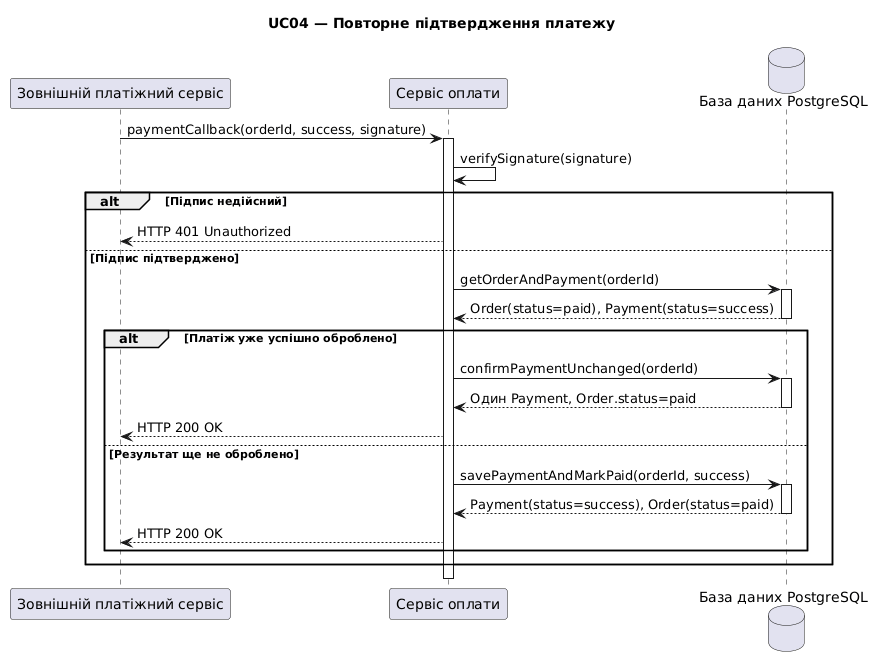
This is lab-3/sequence-04.png from fiodm/-ER-, a PlantUML export, as it was before one commit. Its diagram source:
```plantuml
@startuml
title UC04 — Повторне підтвердження платежу

participant "Зовнішній платіжний сервіс" as Gateway
participant "Сервіс оплати" as PaymentService
database "База даних PostgreSQL" as DB

Gateway -> PaymentService: paymentCallback(orderId, success, signature)
activate PaymentService

PaymentService -> PaymentService: verifySignature(signature)

alt Підпис недійсний
    PaymentService --> Gateway: HTTP 401 Unauthorized
else Підпис підтверджено
    PaymentService -> DB: getOrderAndPayment(orderId)
    activate DB
    DB --> PaymentService: Order(status=paid), Payment(status=success)
    deactivate DB

    alt Платіж уже успішно оброблено
        PaymentService -> DB: confirmPaymentUnchanged(orderId)
        activate DB
        DB --> PaymentService: Один Payment, Order.status=paid
        deactivate DB

        PaymentService --> Gateway: HTTP 200 OK
    else Результат ще не оброблено
        PaymentService -> DB: savePaymentAndMarkPaid(orderId, success)
        activate DB
        DB --> PaymentService: Payment(status=success), Order(status=paid)
        deactivate DB

        PaymentService --> Gateway: HTTP 200 OK
    end
end

deactivate PaymentService
@enduml
```
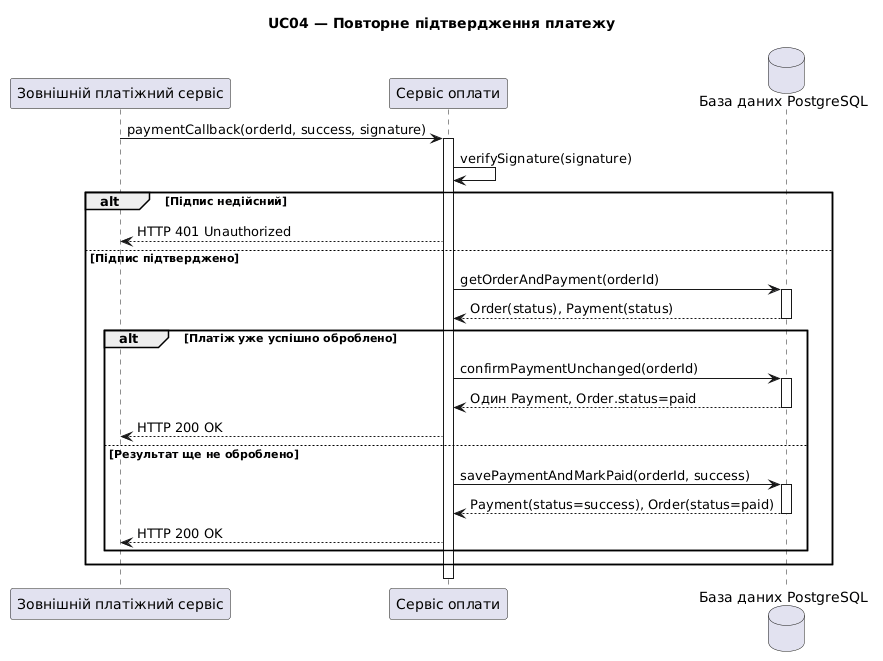
Later version of the same file.

The edit, as a diff of the source:
```diff
@@ -15,7 +15,7 @@
 else Підпис підтверджено
     PaymentService -> DB: getOrderAndPayment(orderId)
     activate DB
-    DB --> PaymentService: Order(status=paid), Payment(status=success)
+ DB --> PaymentService: Order(status), Payment(status)
     deactivate DB
 
     alt Платіж уже успішно оброблено
```
